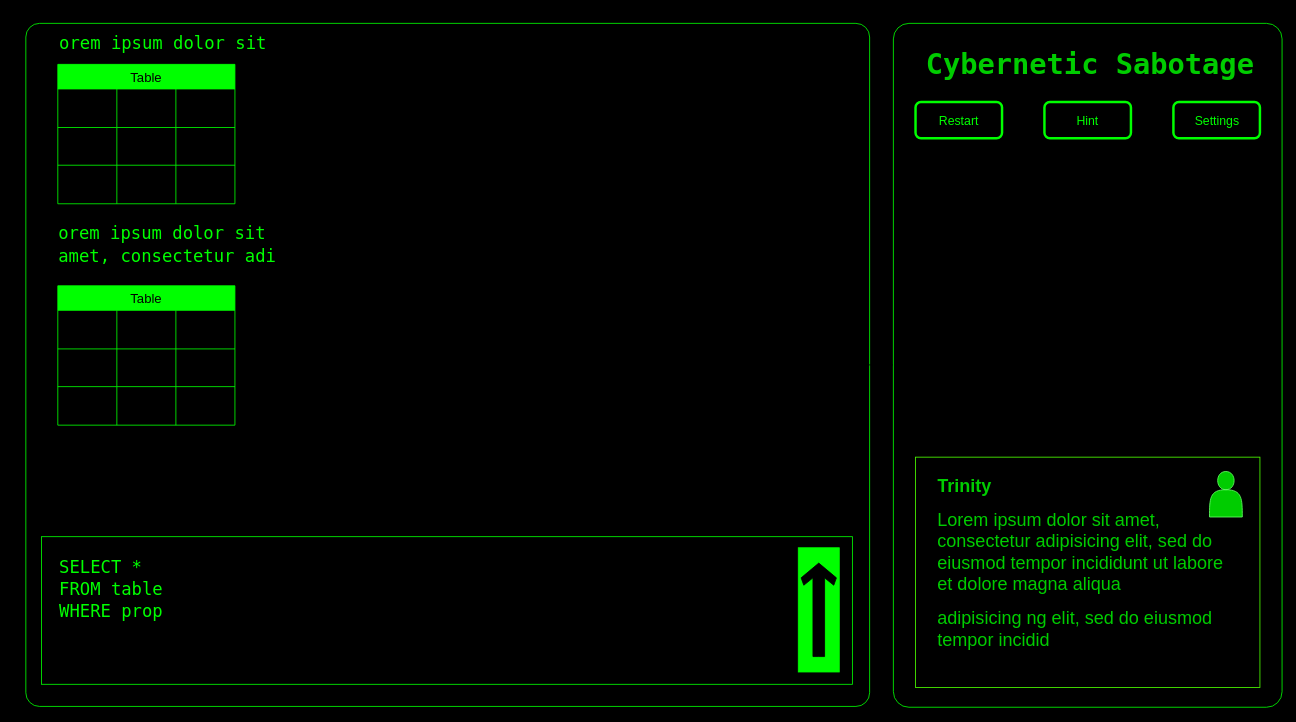
This is UI/Main Game Screen.drawio from lakshagarwal/CyberneticSabotage, a draw.io file, before an edit. Source tidied: cells renumbered, new cells numbered last; positions are measured from the earlier drawing's top-left corner, leaving out a move shared by most shapes. Both pictures are drawn from the tidied source at 82%, with x=0, y=0 at pixel (20, 14). Pictures stored in the file or linked from it are replaced by grey dashed boxes.
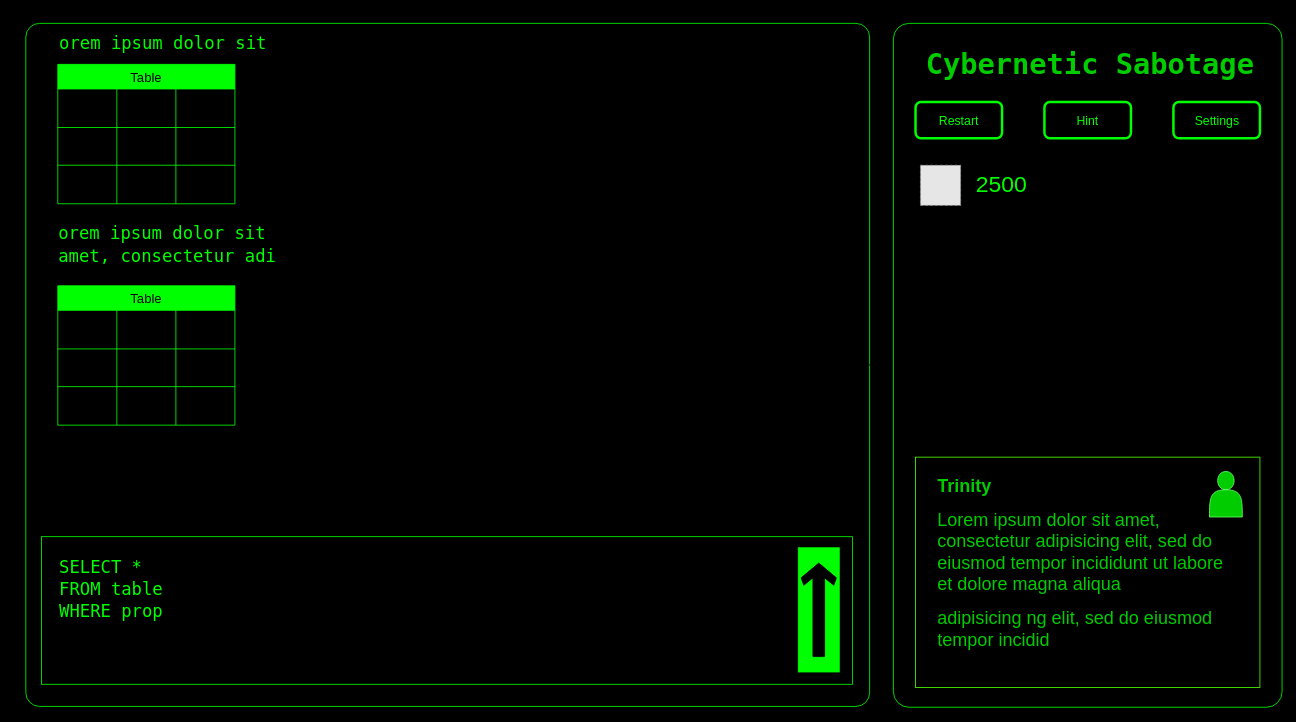
The same page after the edit.

Diff of the diagram source:
```diff
@@
+    <mxCell id="45" style="fillColor=#E6E6E6;strokeColor=#999999;dashed=1;html=1;verticalAlign=top;verticalLabelPosition=bottom;labelBackgroundColor=#ffffff;" parent="1" vertex="1">
+      <mxGeometry x="1098" y="184" width="49" height="49" as="geometry" />
+    </mxCell>
+    <mxCell id="46" value="&lt;font style=&quot;font-size: 28px;&quot; color=&quot;#00ff00&quot;&gt;2500&lt;/font&gt;" style="text;html=1;strokeColor=none;fillColor=none;align=center;verticalAlign=middle;whiteSpace=wrap;rounded=0;" parent="1" vertex="1">
+      <mxGeometry x="1167" y="191.5" width="60" height="30" as="geometry" />
+    </mxCell>
```
